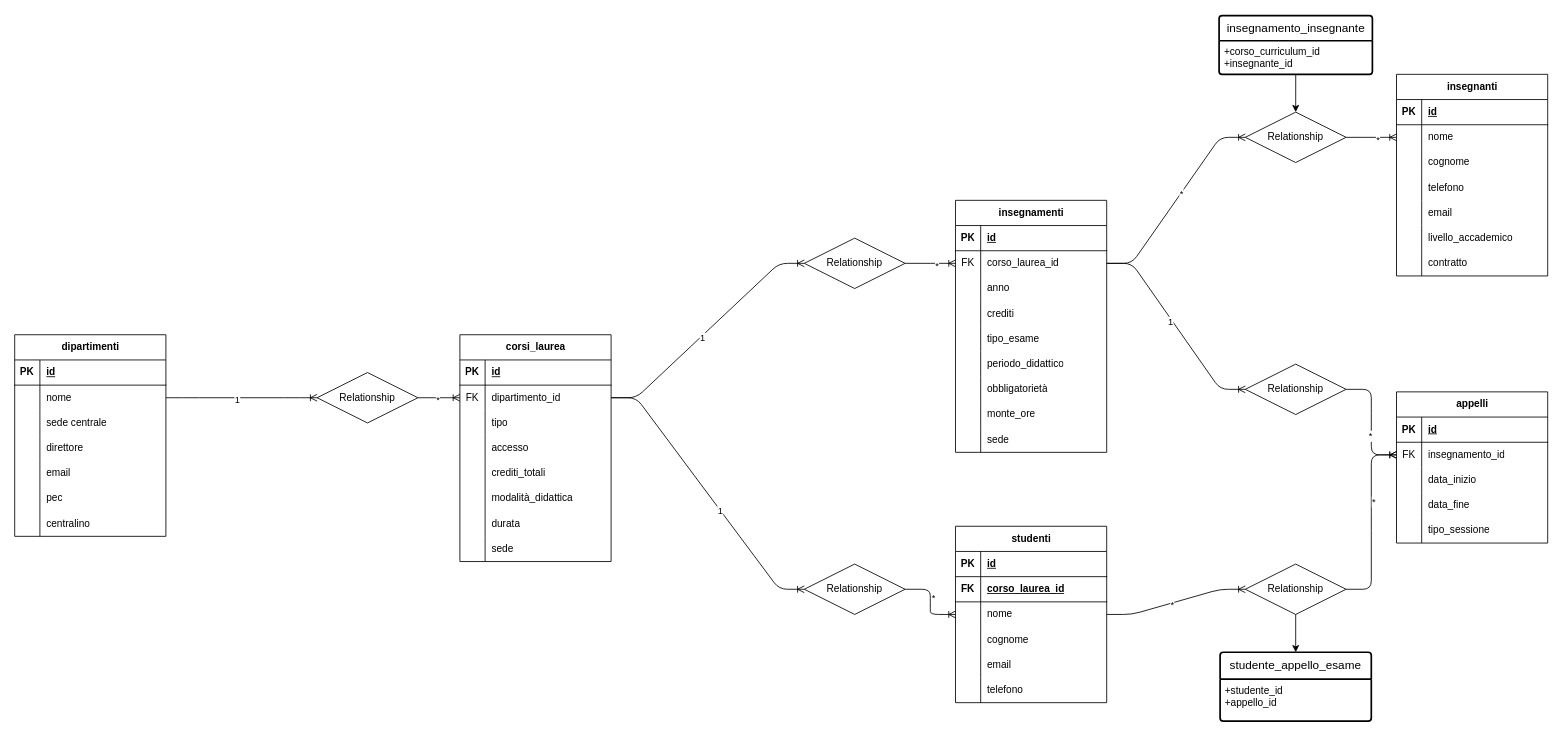
rolindaz/db-university keeps this draw.io diagram as diagram.drawio. Above is the earlier version. Source tidied: cells renumbered, new cells numbered last; positions are measured from the earlier drawing's top-left corner, leaving out a move shared by most shapes. Both pictures are drawn from the tidied source at 84%, with x=0, y=0 at pixel (14, 15).
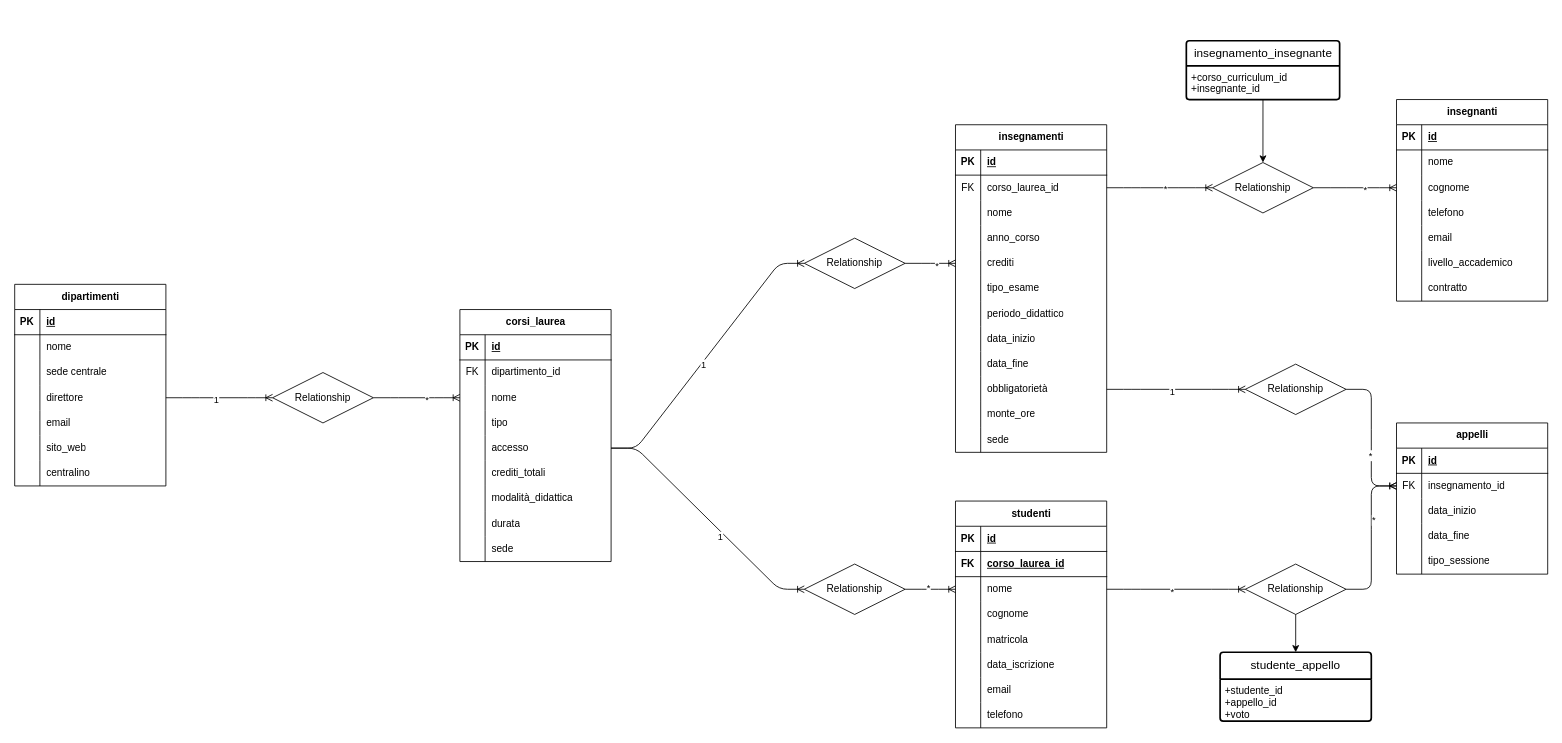
The same diagram, later.

Commit message (it also covers changes not shown here):
Add index.html for university diagram and update README with director details

The change refers to these unchanged cells:
```xml
<mxCell id="25" style="shape=tableRow;horizontal=0;startSize=0;swimlaneHead=0;swimlaneBody=0;fillColor=none;points=[[0,0.5],[1,0.5]];portConstraint=eastwest;top=0;left=0;right=0;bottom=0;" parent="21" vertex="1">
  <mxGeometry y="60" width="180" height="30" as="geometry" />
</mxCell>
<mxCell id="53" style="shape=tableRow;horizontal=0;startSize=0;swimlaneHead=0;swimlaneBody=0;fillColor=none;points=[[0,0.5],[1,0.5]];portConstraint=eastwest;top=0;left=0;right=0;bottom=0;" parent="49" vertex="1">
  <mxGeometry y="60" width="180" height="30" as="geometry" />
</mxCell>
<mxCell id="56" style="shape=tableRow;horizontal=0;startSize=0;swimlaneHead=0;swimlaneBody=0;fillColor=none;points=[[0,0.5],[1,0.5]];portConstraint=eastwest;top=0;left=0;right=0;bottom=0;" parent="49" vertex="1">
  <mxGeometry y="90" width="180" height="30" as="geometry" />
</mxCell>
<mxCell id="78" style="shape=tableRow;horizontal=0;startSize=0;swimlaneHead=0;swimlaneBody=0;fillColor=none;points=[[0,0.5],[1,0.5]];portConstraint=eastwest;top=0;left=0;right=0;bottom=0;" parent="74" vertex="1">
  <mxGeometry y="60" width="180" height="30" as="geometry" />
</mxCell>
<mxCell id="84" style="shape=tableRow;horizontal=0;startSize=0;swimlaneHead=0;swimlaneBody=0;fillColor=none;points=[[0,0.5],[1,0.5]];portConstraint=eastwest;top=0;left=0;right=0;bottom=0;" parent="74" vertex="1">
  <mxGeometry y="120" width="180" height="30" as="geometry" />
</mxCell>
<mxCell id="90" style="shape=tableRow;horizontal=0;startSize=0;swimlaneHead=0;swimlaneBody=0;fillColor=none;top=0;left=0;right=0;bottom=0;" parent="74" vertex="1">
  <mxGeometry y="180" width="180" height="30" as="geometry" />
</mxCell>
<mxCell id="105" value="Relationship" style="shape=rhombus;perimeter=rhombusPerimeter;whiteSpace=wrap;html=1;align=center;" parent="1" vertex="1">
  <mxGeometry x="940" y="265" width="120" height="60" as="geometry" />
</mxCell>
<mxCell id="110" style="shape=tableRow;horizontal=0;startSize=0;swimlaneHead=0;swimlaneBody=0;fillColor=none;points=[[0,0.5],[1,0.5]];portConstraint=eastwest;top=0;left=0;right=0;bottom=0;" parent="106" vertex="1">
  <mxGeometry y="60" width="180" height="30" as="geometry" />
</mxCell>
<mxCell id="113" style="shape=tableRow;horizontal=0;startSize=0;swimlaneHead=0;swimlaneBody=0;fillColor=none;points=[[0,0.5],[1,0.5]];portConstraint=eastwest;top=0;left=0;right=0;bottom=0;" parent="106" vertex="1">
  <mxGeometry y="90" width="180" height="30" as="geometry" />
</mxCell>
<mxCell id="137" value="Relationship" style="shape=rhombus;perimeter=rhombusPerimeter;whiteSpace=wrap;html=1;align=center;" parent="1" vertex="1">
  <mxGeometry x="940" y="653" width="120" height="60" as="geometry" />
</mxCell>
<mxCell id="163" value="Relationship" style="shape=rhombus;perimeter=rhombusPerimeter;whiteSpace=wrap;html=1;align=center;" parent="1" vertex="1">
  <mxGeometry x="1465" y="415" width="120" height="60" as="geometry" />
</mxCell>
```

Change to the diagram source:
```diff
@@
     <mxCell id="2" value="studenti" style="shape=table;startSize=30;childLayout=tableLayout;rowLines=0;fontStyle=1;align=center;html=1;" parent="1" vertex="1">
-      <mxGeometry x="1120" y="608" width="180" height="210" as="geometry" />
+      <mxGeometry x="1120" y="578" width="180" height="270" as="geometry" />
     </mxCell>
@@
+    <mxCell id="170" style="shape=tableRow;horizontal=0;startSize=0;swimlaneHead=0;swimlaneBody=0;fillColor=none;top=0;left=0;right=0;bottom=0;" parent="2" vertex="1">
+      <mxGeometry y="150" width="180" height="30" as="geometry" />
+    </mxCell>
+    <mxCell id="171" style="shape=partialRectangle;fillColor=none;top=0;left=0;bottom=0;right=0;overflow=hidden;whiteSpace=wrap;html=1;" parent="170" vertex="1">
+      <mxGeometry width="30" height="30" as="geometry" />
+    </mxCell>
+    <mxCell id="172" value="matricola" style="shape=partialRectangle;fillColor=none;top=0;left=0;bottom=0;right=0;align=left;spacingLeft=6;overflow=hidden;whiteSpace=wrap;html=1;" parent="170" vertex="1">
+      <mxGeometry x="30" width="150" height="30" as="geometry" />
+    </mxCell>
+    <mxCell id="173" style="shape=tableRow;horizontal=0;startSize=0;swimlaneHead=0;swimlaneBody=0;fillColor=none;top=0;left=0;right=0;bottom=0;" parent="2" vertex="1">
+      <mxGeometry y="180" width="180" height="30" as="geometry" />
+    </mxCell>
+    <mxCell id="174" style="shape=partialRectangle;fillColor=none;top=0;left=0;bottom=0;right=0;overflow=hidden;whiteSpace=wrap;html=1;" parent="173" vertex="1">
+      <mxGeometry width="30" height="30" as="geometry" />
+    </mxCell>
+    <mxCell id="175" value="data_iscrizione" style="shape=partialRectangle;fillColor=none;top=0;left=0;bottom=0;right=0;align=left;spacingLeft=6;overflow=hidden;whiteSpace=wrap;html=1;" parent="173" vertex="1">
+      <mxGeometry x="30" width="150" height="30" as="geometry" />
+    </mxCell>
     <mxCell id="15" style="shape=tableRow;horizontal=0;startSize=0;swimlaneHead=0;swimlaneBody=0;fillColor=none;top=0;left=0;right=0;bottom=0;" parent="2" vertex="1">
-      <mxGeometry y="150" width="180" height="30" as="geometry" />
+      <mxGeometry y="210" width="180" height="30" as="geometry" />
     </mxCell>
@@
     <mxCell id="18" style="shape=tableRow;horizontal=0;startSize=0;swimlaneHead=0;swimlaneBody=0;fillColor=none;top=0;left=0;right=0;bottom=0;" parent="2" vertex="1">
-      <mxGeometry y="180" width="180" height="30" as="geometry" />
+      <mxGeometry y="240" width="180" height="30" as="geometry" />
     </mxCell>
@@
     <mxCell id="21" value="insegnamenti" style="shape=table;startSize=30;childLayout=tableLayout;rowLines=0;fontStyle=1;align=center;html=1;" parent="1" vertex="1">
-      <mxGeometry x="1120" y="220" width="180" height="300" as="geometry" />
+      <mxGeometry x="1120" y="130" width="180" height="390" as="geometry" />
     </mxCell>
@@
+    <mxCell id="176" style="shape=tableRow;horizontal=0;startSize=0;swimlaneHead=0;swimlaneBody=0;fillColor=none;top=0;left=0;right=0;bottom=0;" parent="21" vertex="1">
+      <mxGeometry y="90" width="180" height="30" as="geometry" />
+    </mxCell>
+    <mxCell id="177" style="shape=partialRectangle;fillColor=none;top=0;left=0;bottom=0;right=0;overflow=hidden;whiteSpace=wrap;html=1;" parent="176" vertex="1">
+      <mxGeometry width="30" height="30" as="geometry" />
+    </mxCell>
+    <mxCell id="178" value="nome" style="shape=partialRectangle;fillColor=none;top=0;left=0;bottom=0;right=0;align=left;spacingLeft=6;overflow=hidden;whiteSpace=wrap;html=1;" parent="176" vertex="1">
+      <mxGeometry x="30" width="150" height="30" as="geometry" />
+    </mxCell>
     <mxCell id="28" style="shape=tableRow;horizontal=0;startSize=0;swimlaneHead=0;swimlaneBody=0;fillColor=none;top=0;left=0;right=0;bottom=0;" parent="21" vertex="1">
-      <mxGeometry y="90" width="180" height="30" as="geometry" />
+      <mxGeometry y="120" width="180" height="30" as="geometry" />
     </mxCell>
@@
-    <mxCell id="30" value="anno" style="shape=partialRectangle;fillColor=none;top=0;left=0;bottom=0;right=0;align=left;spacingLeft=6;overflow=hidden;whiteSpace=wrap;html=1;" parent="28" vertex="1">
+    <mxCell id="30" value="anno_corso" style="shape=partialRectangle;fillColor=none;top=0;left=0;bottom=0;right=0;align=left;spacingLeft=6;overflow=hidden;whiteSpace=wrap;html=1;" parent="28" vertex="1">
       <mxGeometry x="30" width="150" height="30" as="geometry" />
     </mxCell>
     <mxCell id="31" style="shape=tableRow;horizontal=0;startSize=0;swimlaneHead=0;swimlaneBody=0;fillColor=none;points=[[0,0.5],[1,0.5]];portConstraint=eastwest;top=0;left=0;right=0;bottom=0;" parent="21" vertex="1">
-      <mxGeometry y="120" width="180" height="30" as="geometry" />
+      <mxGeometry y="150" width="180" height="30" as="geometry" />
     </mxCell>
@@
     <mxCell id="34" style="shape=tableRow;horizontal=0;startSize=0;swimlaneHead=0;swimlaneBody=0;fillColor=none;top=0;left=0;right=0;bottom=0;" parent="21" vertex="1">
-      <mxGeometry y="150" width="180" height="30" as="geometry" />
+      <mxGeometry y="180" width="180" height="30" as="geometry" />
     </mxCell>
@@
     <mxCell id="37" style="shape=tableRow;horizontal=0;startSize=0;swimlaneHead=0;swimlaneBody=0;fillColor=none;top=0;left=0;right=0;bottom=0;" parent="21" vertex="1">
-      <mxGeometry y="180" width="180" height="30" as="geometry" />
+      <mxGeometry y="210" width="180" height="30" as="geometry" />
     </mxCell>
@@
+    <mxCell id="179" style="shape=tableRow;horizontal=0;startSize=0;swimlaneHead=0;swimlaneBody=0;fillColor=none;top=0;left=0;right=0;bottom=0;" parent="21" vertex="1">
+      <mxGeometry y="240" width="180" height="30" as="geometry" />
+    </mxCell>
+    <mxCell id="180" style="shape=partialRectangle;fillColor=none;top=0;left=0;bottom=0;right=0;overflow=hidden;whiteSpace=wrap;html=1;" parent="179" vertex="1">
+      <mxGeometry width="30" height="30" as="geometry" />
+    </mxCell>
+    <mxCell id="181" value="data_inizio" style="shape=partialRectangle;fillColor=none;top=0;left=0;bottom=0;right=0;align=left;spacingLeft=6;overflow=hidden;whiteSpace=wrap;html=1;" parent="179" vertex="1">
+      <mxGeometry x="30" width="150" height="30" as="geometry" />
+    </mxCell>
+    <mxCell id="182" style="shape=tableRow;horizontal=0;startSize=0;swimlaneHead=0;swimlaneBody=0;fillColor=none;top=0;left=0;right=0;bottom=0;" parent="21" vertex="1">
+      <mxGeometry y="270" width="180" height="30" as="geometry" />
+    </mxCell>
+    <mxCell id="183" style="shape=partialRectangle;fillColor=none;top=0;left=0;bottom=0;right=0;overflow=hidden;whiteSpace=wrap;html=1;" parent="182" vertex="1">
+      <mxGeometry width="30" height="30" as="geometry" />
+    </mxCell>
+    <mxCell id="184" value="data_fine" style="shape=partialRectangle;fillColor=none;top=0;left=0;bottom=0;right=0;align=left;spacingLeft=6;overflow=hidden;whiteSpace=wrap;html=1;" parent="182" vertex="1">
+      <mxGeometry x="30" width="150" height="30" as="geometry" />
+    </mxCell>
     <mxCell id="40" style="shape=tableRow;horizontal=0;startSize=0;swimlaneHead=0;swimlaneBody=0;fillColor=none;points=[[0,0.5],[1,0.5]];portConstraint=eastwest;top=0;left=0;right=0;bottom=0;" parent="21" vertex="1">
-      <mxGeometry y="210" width="180" height="30" as="geometry" />
+      <mxGeometry y="300" width="180" height="30" as="geometry" />
     </mxCell>
@@
     <mxCell id="43" style="shape=tableRow;horizontal=0;startSize=0;swimlaneHead=0;swimlaneBody=0;fillColor=none;top=0;left=0;right=0;bottom=0;" parent="21" vertex="1">
-      <mxGeometry y="240" width="180" height="30" as="geometry" />
+      <mxGeometry y="330" width="180" height="30" as="geometry" />
     </mxCell>
@@
     <mxCell id="46" style="shape=tableRow;horizontal=0;startSize=0;swimlaneHead=0;swimlaneBody=0;fillColor=none;top=0;left=0;right=0;bottom=0;" parent="21" vertex="1">
-      <mxGeometry y="270" width="180" height="30" as="geometry" />
+      <mxGeometry y="360" width="180" height="30" as="geometry" />
     </mxCell>
@@
     <mxCell id="49" value="corsi_laurea" style="shape=table;startSize=30;childLayout=tableLayout;rowLines=0;fontStyle=1;align=center;html=1;" parent="1" vertex="1">
-      <mxGeometry x="530" y="380" width="180" height="270" as="geometry" />
+      <mxGeometry x="530" y="350" width="180" height="300" as="geometry" />
     </mxCell>
@@
-    <mxCell id="58" value="tipo" style="shape=partialRectangle;fillColor=none;top=0;left=0;bottom=0;right=0;align=left;spacingLeft=6;overflow=hidden;whiteSpace=wrap;html=1;" parent="56" vertex="1">
+    <mxCell id="58" value="nome" style="shape=partialRectangle;fillColor=none;top=0;left=0;bottom=0;right=0;align=left;spacingLeft=6;overflow=hidden;whiteSpace=wrap;html=1;" parent="56" vertex="1">
       <mxGeometry x="30" width="150" height="30" as="geometry" />
     </mxCell>
+    <mxCell id="185" style="shape=tableRow;horizontal=0;startSize=0;swimlaneHead=0;swimlaneBody=0;fillColor=none;top=0;left=0;right=0;bottom=0;" parent="49" vertex="1">
+      <mxGeometry y="120" width="180" height="30" as="geometry" />
+    </mxCell>
+    <mxCell id="186" style="shape=partialRectangle;fillColor=none;top=0;left=0;bottom=0;right=0;overflow=hidden;whiteSpace=wrap;html=1;" parent="185" vertex="1">
+      <mxGeometry width="30" height="30" as="geometry" />
+    </mxCell>
+    <mxCell id="187" value="tipo" style="shape=partialRectangle;fillColor=none;top=0;left=0;bottom=0;right=0;align=left;spacingLeft=6;overflow=hidden;whiteSpace=wrap;html=1;" parent="185" vertex="1">
+      <mxGeometry x="30" width="150" height="30" as="geometry" />
+    </mxCell>
     <mxCell id="59" style="shape=tableRow;horizontal=0;startSize=0;swimlaneHead=0;swimlaneBody=0;fillColor=none;points=[[0,0.5],[1,0.5]];portConstraint=eastwest;top=0;left=0;right=0;bottom=0;" parent="49" vertex="1">
-      <mxGeometry y="120" width="180" height="30" as="geometry" />
+      <mxGeometry y="150" width="180" height="30" as="geometry" />
     </mxCell>
@@
     <mxCell id="62" style="shape=tableRow;horizontal=0;startSize=0;swimlaneHead=0;swimlaneBody=0;fillColor=none;top=0;left=0;right=0;bottom=0;" parent="49" vertex="1">
-      <mxGeometry y="150" width="180" height="30" as="geometry" />
+      <mxGeometry y="180" width="180" height="30" as="geometry" />
     </mxCell>
@@
     <mxCell id="65" style="shape=tableRow;horizontal=0;startSize=0;swimlaneHead=0;swimlaneBody=0;fillColor=none;top=0;left=0;right=0;bottom=0;" parent="49" vertex="1">
-      <mxGeometry y="180" width="180" height="30" as="geometry" />
+      <mxGeometry y="210" width="180" height="30" as="geometry" />
     </mxCell>
@@
     <mxCell id="68" style="shape=tableRow;horizontal=0;startSize=0;swimlaneHead=0;swimlaneBody=0;fillColor=none;top=0;left=0;right=0;bottom=0;" parent="49" vertex="1">
-      <mxGeometry y="210" width="180" height="30" as="geometry" />
+      <mxGeometry y="240" width="180" height="30" as="geometry" />
     </mxCell>
@@
     <mxCell id="71" style="shape=tableRow;horizontal=0;startSize=0;swimlaneHead=0;swimlaneBody=0;fillColor=none;top=0;left=0;right=0;bottom=0;" parent="49" vertex="1">
-      <mxGeometry y="240" width="180" height="30" as="geometry" />
+      <mxGeometry y="270" width="180" height="30" as="geometry" />
     </mxCell>
@@
     <mxCell id="74" value="dipartimenti" style="shape=table;startSize=30;childLayout=tableLayout;rowLines=0;fontStyle=1;align=center;html=1;" parent="1" vertex="1">
-      <mxGeometry y="380" width="180" height="240" as="geometry" />
+      <mxGeometry y="320" width="180" height="240" as="geometry" />
     </mxCell>
@@
-    <mxCell id="92" value="pec" style="shape=partialRectangle;fillColor=none;top=0;left=0;bottom=0;right=0;align=left;spacingLeft=6;overflow=hidden;whiteSpace=wrap;html=1;" parent="90" vertex="1">
+    <mxCell id="92" value="sito_web" style="shape=partialRectangle;fillColor=none;top=0;left=0;bottom=0;right=0;align=left;spacingLeft=6;overflow=hidden;whiteSpace=wrap;html=1;" parent="90" vertex="1">
       <mxGeometry x="30" width="150" height="30" as="geometry" />
     </mxCell>
@@
-    <mxCell id="96" style="edgeStyle=entityRelationEdgeStyle;fontSize=12;html=1;endArrow=ERoneToMany;exitX=1;exitY=0.5;exitDx=0;exitDy=0;entryX=0;entryY=0.5;entryDx=0;entryDy=0;" parent="1" edge="1" source="100" target="53">
+    <mxCell id="96" style="edgeStyle=entityRelationEdgeStyle;fontSize=12;html=1;endArrow=ERoneToMany;exitX=1;exitY=0.5;exitDx=0;exitDy=0;entryX=0;entryY=0.5;entryDx=0;entryDy=0;" parent="1" edge="1" source="100" target="56">
       <mxGeometry relative="1" as="geometry" />
     </mxCell>
@@
-    <mxCell id="98" style="edgeStyle=entityRelationEdgeStyle;fontSize=12;html=1;endArrow=ERoneToMany;exitX=1;exitY=0.5;exitDx=0;exitDy=0;entryX=0;entryY=0.5;entryDx=0;entryDy=0;" parent="1" edge="1" source="78" target="100">
+    <mxCell id="98" style="edgeStyle=entityRelationEdgeStyle;fontSize=12;html=1;endArrow=ERoneToMany;exitX=1;exitY=0.5;exitDx=0;exitDy=0;entryX=0;entryY=0.5;entryDx=0;entryDy=0;" parent="1" edge="1" source="84" target="100">
       <mxGeometry relative="1" as="geometry" />
     </mxCell>
@@
     <mxCell id="100" value="Relationship" style="shape=rhombus;perimeter=rhombusPerimeter;whiteSpace=wrap;html=1;align=center;" parent="1" vertex="1">
-      <mxGeometry x="360" y="425" width="120" height="60" as="geometry" />
+      <mxGeometry x="307" y="425" width="120" height="60" as="geometry" />
     </mxCell>
-    <mxCell id="101" style="edgeStyle=entityRelationEdgeStyle;fontSize=12;html=1;endArrow=ERoneToMany;exitX=1;exitY=0.5;exitDx=0;exitDy=0;entryX=0;entryY=0.5;entryDx=0;entryDy=0;" parent="1" edge="1" source="105" target="25">
+    <mxCell id="101" style="edgeStyle=entityRelationEdgeStyle;fontSize=12;html=1;endArrow=ERoneToMany;exitX=1;exitY=0.5;exitDx=0;exitDy=0;entryX=0;entryY=0.5;entryDx=0;entryDy=0;" parent="1" edge="1" source="105" target="31">
       <mxGeometry relative="1" as="geometry" />
     </mxCell>
@@
-    <mxCell id="103" style="edgeStyle=entityRelationEdgeStyle;fontSize=12;html=1;endArrow=ERoneToMany;exitX=1;exitY=0.5;exitDx=0;exitDy=0;entryX=0;entryY=0.5;entryDx=0;entryDy=0;" parent="1" edge="1" source="53" target="105">
+    <mxCell id="103" style="edgeStyle=entityRelationEdgeStyle;fontSize=12;html=1;endArrow=ERoneToMany;exitX=1;exitY=0.5;exitDx=0;exitDy=0;entryX=0;entryY=0.5;entryDx=0;entryDy=0;" parent="1" edge="1" source="59" target="105">
       <mxGeometry relative="1" as="geometry" />
     </mxCell>
@@
     <mxCell id="106" value="insegnanti" style="shape=table;startSize=30;childLayout=tableLayout;rowLines=0;fontStyle=1;align=center;html=1;" parent="1" vertex="1">
-      <mxGeometry x="1645" y="70" width="180" height="240" as="geometry" />
+      <mxGeometry x="1645" y="100" width="180" height="240" as="geometry" />
     </mxCell>
@@
-    <mxCell id="128" style="edgeStyle=entityRelationEdgeStyle;fontSize=12;html=1;endArrow=ERoneToMany;exitX=1;exitY=0.5;exitDx=0;exitDy=0;entryX=0;entryY=0.5;entryDx=0;entryDy=0;" parent="1" edge="1" source="132" target="110">
+    <mxCell id="128" style="edgeStyle=entityRelationEdgeStyle;fontSize=12;html=1;endArrow=ERoneToMany;exitX=1;exitY=0.5;exitDx=0;exitDy=0;entryX=0;entryY=0.5;entryDx=0;entryDy=0;" parent="1" edge="1" source="132" target="113">
       <mxGeometry relative="1" as="geometry" />
     </mxCell>
@@
     <mxCell id="132" value="Relationship" style="shape=rhombus;perimeter=rhombusPerimeter;whiteSpace=wrap;html=1;align=center;" parent="1" vertex="1">
-      <mxGeometry x="1465" y="115" width="120" height="60" as="geometry" />
+      <mxGeometry x="1426" y="175" width="120" height="60" as="geometry" />
     </mxCell>
@@
-    <mxCell id="135" style="edgeStyle=entityRelationEdgeStyle;fontSize=12;html=1;endArrow=ERoneToMany;exitX=1;exitY=0.5;exitDx=0;exitDy=0;entryX=0;entryY=0.5;entryDx=0;entryDy=0;" parent="1" edge="1" source="53" target="137">
+    <mxCell id="135" style="edgeStyle=entityRelationEdgeStyle;fontSize=12;html=1;endArrow=ERoneToMany;exitX=1;exitY=0.5;exitDx=0;exitDy=0;entryX=0;entryY=0.5;entryDx=0;entryDy=0;" parent="1" edge="1" source="59" target="137">
       <mxGeometry relative="1" as="geometry">
         <Array as="points">
           <mxPoint x="1040" y="690" />
         </Array>
       </mxGeometry>
     </mxCell>
@@
     <mxCell id="138" value="appelli" style="shape=table;startSize=30;childLayout=tableLayout;rowLines=0;fontStyle=1;align=center;html=1;" parent="1" vertex="1">
-      <mxGeometry x="1645" y="448" width="180" height="180" as="geometry" />
+      <mxGeometry x="1645" y="485" width="180" height="180" as="geometry" />
     </mxCell>
@@
-    <mxCell id="161" style="edgeStyle=entityRelationEdgeStyle;fontSize=12;html=1;endArrow=ERoneToMany;exitX=1;exitY=0.5;exitDx=0;exitDy=0;entryX=0;entryY=0.5;entryDx=0;entryDy=0;" parent="1" edge="1" source="25" target="163">
+    <mxCell id="161" style="edgeStyle=entityRelationEdgeStyle;fontSize=12;html=1;endArrow=ERoneToMany;exitX=1;exitY=0.5;exitDx=0;exitDy=0;entryX=0;entryY=0.5;entryDx=0;entryDy=0;" parent="1" edge="1" source="40" target="163">
       <mxGeometry relative="1" as="geometry" />
     </mxCell>
@@
     <mxCell id="165" value="insegnamento_insegnante" style="swimlane;horizontal=1;startSize=30;rounded=1;fontSize=14;fontStyle=0;strokeWidth=2;shadow=0;dashed=0;align=center;arcSize=4;whiteSpace=wrap;html=1;" parent="1" vertex="1">
-      <mxGeometry x="1433.8" width="182.5" height="70" as="geometry" />
+      <mxGeometry x="1394.8" y="30" width="182.5" height="70" as="geometry" />
     </mxCell>
@@
-    <mxCell id="167" value="studente_appello_esame" style="swimlane;horizontal=1;startSize=32;rounded=1;fontSize=14;fontStyle=0;strokeWidth=2;shadow=0;dashed=0;align=center;arcSize=4;whiteSpace=wrap;html=1;" parent="1" vertex="1">
+    <mxCell id="167" value="studente_appello" style="swimlane;horizontal=1;startSize=32;rounded=1;fontSize=14;fontStyle=0;strokeWidth=2;shadow=0;dashed=0;align=center;arcSize=4;whiteSpace=wrap;html=1;" parent="1" vertex="1">
       <mxGeometry x="1435" y="758" width="180" height="82" as="geometry" />
     </mxCell>
-    <mxCell id="168" value="+studente_id&lt;div&gt;+appello_id&lt;/div&gt;" style="align=left;strokeColor=none;fillColor=none;spacingLeft=4;fontSize=12;verticalAlign=top;html=1;" parent="167" vertex="1">
+    <mxCell id="168" value="+studente_id&lt;div&gt;+appello_id&lt;/div&gt;&lt;div&gt;+voto&lt;/div&gt;" style="align=left;strokeColor=none;fillColor=none;spacingLeft=4;fontSize=12;verticalAlign=top;html=1;" parent="167" vertex="1">
       <mxGeometry y="32" width="180" height="50" as="geometry" />
     </mxCell>
```
